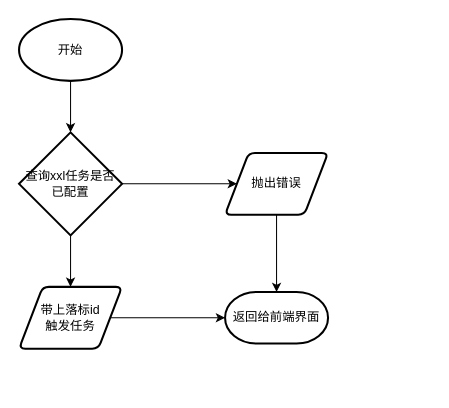
Before: 落标审计-手动触发.drawio in weiqingping/dw, a draw.io diagram. Source tidied: cells renumbered, new cells numbered last; positions are measured from the earlier drawing's top-left corner, leaving out a move shared by most shapes. Both pictures are drawn from the tidied source at 103%, with x=0, y=0 at pixel (19, 19).
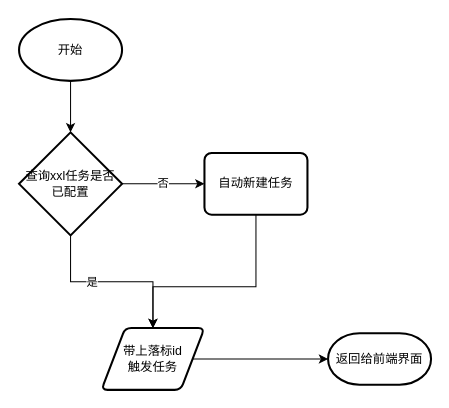
The same diagram, later.

Commit message:
更新落标审计-手动触发.drawio

Diff of the diagram source:
```diff
@@
 <mxGraphModel>
   <root>
     <mxCell id="0" />
     <mxCell id="1" parent="0" />
     <mxCell id="2" style="edgeStyle=orthogonalEdgeStyle;rounded=0;jettySize=auto;html=1;entryX=0.5;entryY=0;entryDx=0;entryDy=0;entryPerimeter=0;" parent="1" edge="1" source="3" target="6">
       <mxGeometry relative="1" as="geometry" />
     </mxCell>
     <mxCell id="3" value="开始" style="strokeWidth=2;html=1;shape=mxgraph.flowchart.start_1;whiteSpace=wrap;" parent="1" vertex="1">
       <mxGeometry width="100" height="60" as="geometry" />
     </mxCell>
-    <mxCell id="4" style="edgeStyle=orthogonalEdgeStyle;rounded=0;jettySize=auto;html=1;entryX=0;entryY=0.5;entryDx=0;entryDy=0;" parent="1" edge="1" source="6" target="8">
-      <mxGeometry relative="1" as="geometry" />
-    </mxCell>
     <mxCell id="5" style="edgeStyle=orthogonalEdgeStyle;rounded=0;jettySize=auto;html=1;entryX=0.5;entryY=0;entryDx=0;entryDy=0;" parent="1" edge="1" source="6" target="10">
       <mxGeometry relative="1" as="geometry" />
     </mxCell>
+    <mxCell id="12" value="是" style="edgeLabel;html=1;align=center;verticalAlign=middle;" parent="5" vertex="1">
+      <mxGeometry x="-0.23" relative="1" as="geometry" />
+    </mxCell>
+    <mxCell id="13" value="否" style="edgeStyle=orthogonalEdgeStyle;rounded=0;jettySize=auto;html=1;" parent="1" edge="1" source="6" target="15">
+      <mxGeometry relative="1" as="geometry" />
+    </mxCell>
     <mxCell id="6" value="查询xxl任务是否已配置" style="strokeWidth=2;html=1;shape=mxgraph.flowchart.decision;whiteSpace=wrap;" parent="1" vertex="1">
       <mxGeometry y="110" width="100" height="100" as="geometry" />
     </mxCell>
-    <mxCell id="7" style="edgeStyle=orthogonalEdgeStyle;rounded=0;jettySize=auto;html=1;" parent="1" edge="1" source="8" target="11">
-      <mxGeometry relative="1" as="geometry" />
-    </mxCell>
-    <mxCell id="8" value="抛出错误" style="shape=parallelogram;html=1;strokeWidth=2;perimeter=parallelogramPerimeter;whiteSpace=wrap;rounded=1;arcSize=12;size=0.23;" parent="1" vertex="1">
-      <mxGeometry x="200" y="130" width="100" height="60" as="geometry" />
-    </mxCell>
     <mxCell id="9" style="edgeStyle=orthogonalEdgeStyle;rounded=0;jettySize=auto;html=1;" parent="1" edge="1" source="10" target="11">
       <mxGeometry relative="1" as="geometry" />
     </mxCell>
     <mxCell id="10" value="带上落标id&lt;br&gt;触发任务" style="shape=parallelogram;html=1;strokeWidth=2;perimeter=parallelogramPerimeter;whiteSpace=wrap;rounded=1;arcSize=12;size=0.23;" parent="1" vertex="1">
-      <mxGeometry y="260" width="100" height="60" as="geometry" />
+      <mxGeometry x="80" y="300" width="100" height="60" as="geometry" />
     </mxCell>
     <mxCell id="11" value="返回给前端界面" style="strokeWidth=2;html=1;shape=mxgraph.flowchart.terminator;whiteSpace=wrap;" parent="1" vertex="1">
-      <mxGeometry x="200" y="265" width="100" height="50" as="geometry" />
+      <mxGeometry x="300" y="305" width="100" height="50" as="geometry" />
     </mxCell>
+    <mxCell id="14" style="edgeStyle=orthogonalEdgeStyle;rounded=0;jettySize=auto;html=1;" parent="1" edge="1" source="15" target="10">
+      <mxGeometry relative="1" as="geometry">
+        <Array as="points">
+          <mxPoint x="230" y="260" />
+          <mxPoint x="130" y="260" />
+        </Array>
+      </mxGeometry>
+    </mxCell>
+    <mxCell id="15" value="自动新建任务" style="rounded=1;whiteSpace=wrap;html=1;absoluteArcSize=1;arcSize=14;strokeWidth=2;" parent="1" vertex="1">
+      <mxGeometry x="180" y="130" width="100" height="60" as="geometry" />
+    </mxCell>
   </root>
 </mxGraphModel>
```
